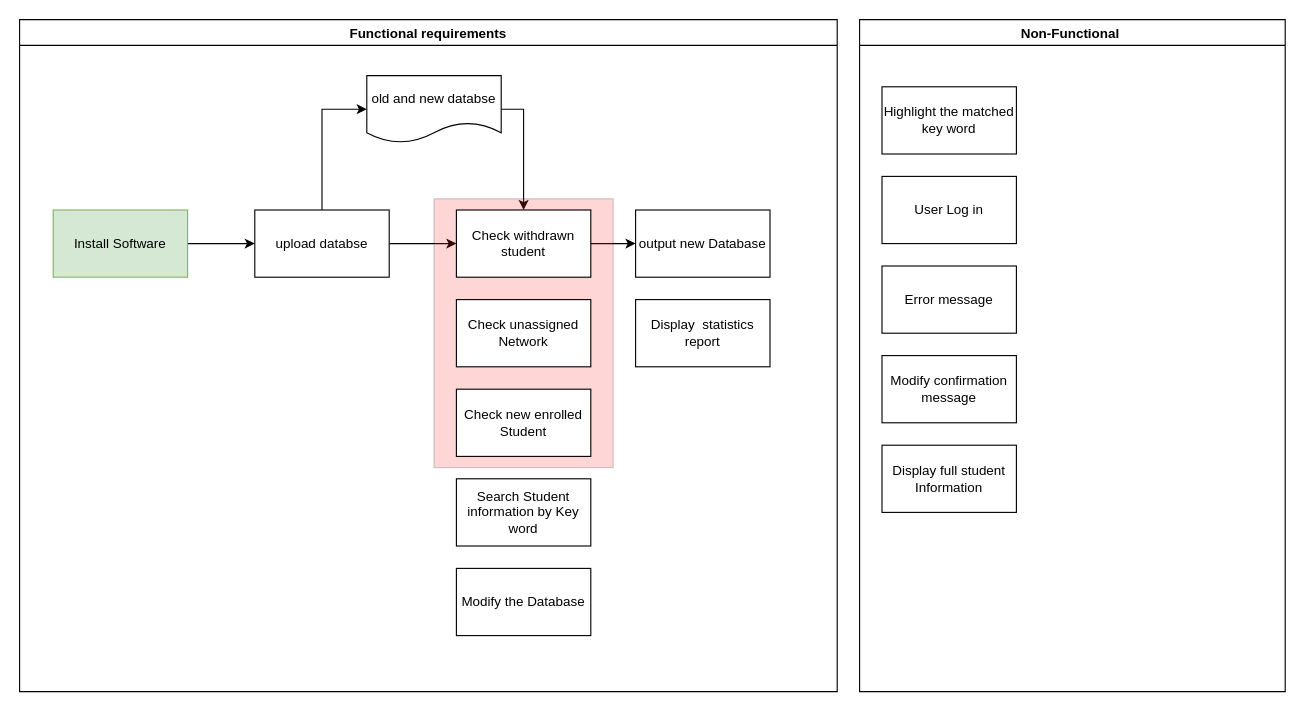
This is page "Requirement" (3 of 4) of Project_Plan.drawio from pleycothh/Csharp_Learning_Note, a draw.io file, before an edit. Source tidied: cells renumbered, new cells numbered last; positions are measured from the earlier drawing's top-left corner, leaving out a move shared by most shapes. Both pictures are drawn from the tidied source at 112%, with x=0, y=0 at pixel (19, 19).
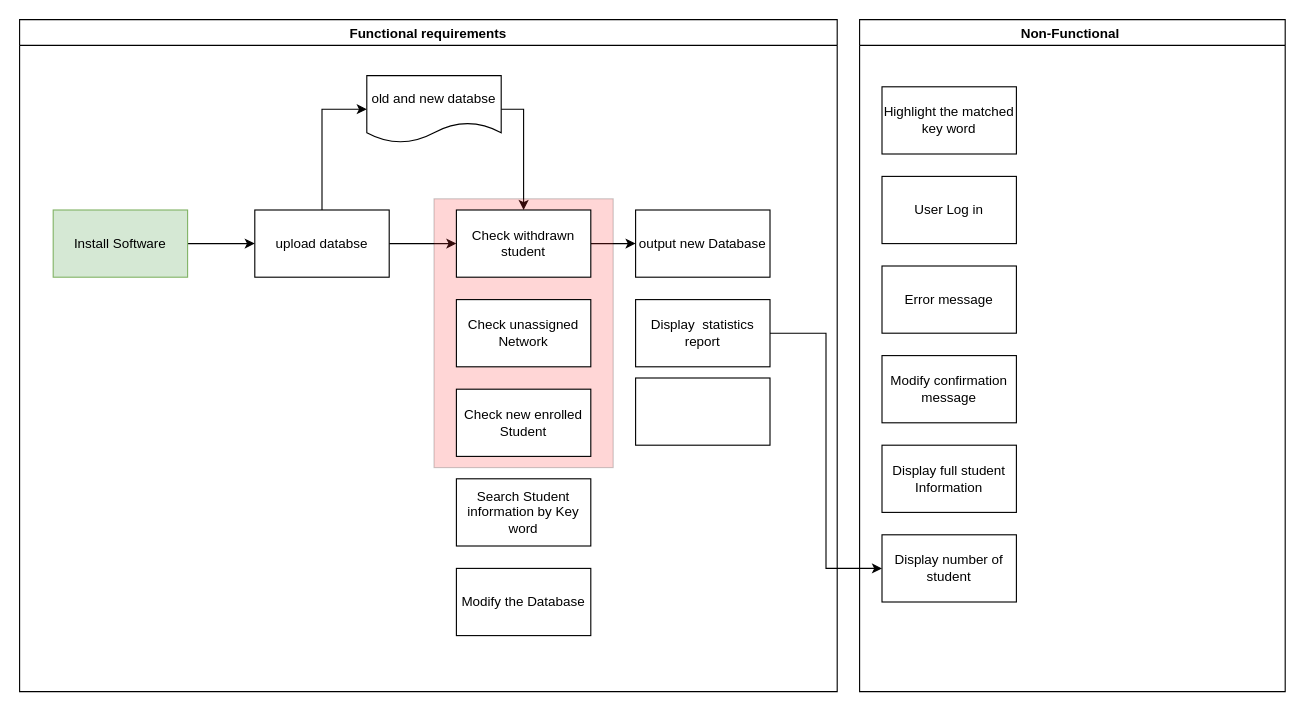
Above is the later version.

The change refers to these unchanged cells:
```xml
<mxCell id="12" value="Display &amp;nbsp;statistics report" style="rounded=0;whiteSpace=wrap;html=1;fontSize=12;" parent="1" vertex="1">
  <mxGeometry x="550" y="250" width="120" height="60" as="geometry" />
</mxCell>
<mxCell id="14" value="Non-Functional " style="swimlane;" parent="1" vertex="1">
  <mxGeometry x="750" width="380" height="600" as="geometry" />
</mxCell>
<mxCell id="20" value="Functional requirements" style="swimlane;" parent="1" vertex="1">
  <mxGeometry width="730" height="600" as="geometry" />
</mxCell>
```

The edit, as a diff of the source:
```diff
@@
+    <mxCell id="25" style="edgeStyle=orthogonalEdgeStyle;rounded=0;jettySize=auto;html=1;entryX=0;entryY=0.5;entryDx=0;entryDy=0;" parent="1" edge="1" source="12" target="26">
+      <mxGeometry relative="1" as="geometry" />
+    </mxCell>
@@
+    <mxCell id="26" value="Display number of student" style="rounded=0;whiteSpace=wrap;html=1;" parent="14" vertex="1">
+      <mxGeometry x="20" y="460" width="120" height="60" as="geometry" />
+    </mxCell>
@@
+    <mxCell id="27" style="rounded=0;whiteSpace=wrap;html=1;" parent="20" vertex="1">
+      <mxGeometry x="550" y="320" width="120" height="60" as="geometry" />
+    </mxCell>
```
